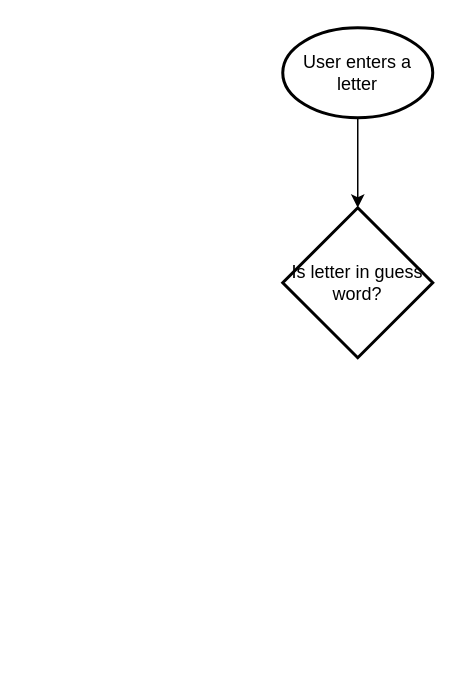
seyiadesigbin/draw.io keeps this draw.io diagram as Hangman_flowchart.drawio. Above is the earlier version. Source tidied: cells renumbered, new cells numbered last; positions are measured from the earlier drawing's top-left corner, leaving out a move shared by most shapes. Both pictures are drawn from the tidied source at 150%, with x=0, y=0 at pixel (282, 27).
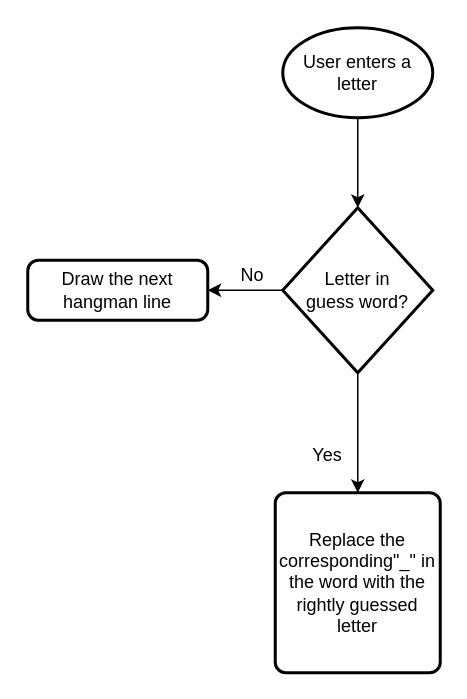
The same diagram, later.

What changed in the source:
```diff
@@
 <mxGraphModel>
   <root>
     <mxCell id="0" />
     <mxCell id="1" parent="0" />
     <mxCell id="2" style="edgeStyle=orthogonalEdgeStyle;rounded=0;jettySize=auto;html=1;" parent="1" edge="1" source="3" target="4">
       <mxGeometry relative="1" as="geometry" />
     </mxCell>
     <mxCell id="3" value="User enters a letter" style="strokeWidth=2;html=1;shape=mxgraph.flowchart.start_1;whiteSpace=wrap;" parent="1" vertex="1">
       <mxGeometry width="100" height="60" as="geometry" />
     </mxCell>
+    <mxCell id="5" style="edgeStyle=orthogonalEdgeStyle;rounded=0;jettySize=auto;html=1;" parent="1" edge="1" source="4" target="7">
+      <mxGeometry relative="1" as="geometry" />
+    </mxCell>
+    <mxCell id="6" style="edgeStyle=orthogonalEdgeStyle;rounded=0;jettySize=auto;html=1;" parent="1" edge="1" source="4" target="9">
+      <mxGeometry relative="1" as="geometry" />
+    </mxCell>
-    <mxCell id="4" value="Is letter in guess word?" style="strokeWidth=2;html=1;shape=mxgraph.flowchart.decision;whiteSpace=wrap;" parent="1" vertex="1">
-      <mxGeometry y="120" width="100" height="100" as="geometry" />
+    <mxCell id="4" value="Letter in &lt;br&gt;guess word?" style="strokeWidth=2;html=1;shape=mxgraph.flowchart.decision;horizontal=1;whiteSpace=wrap;" parent="1" vertex="1">
+      <mxGeometry y="120" width="100" height="110" as="geometry" />
     </mxCell>
+    <mxCell id="7" value="Draw the next hangman line" style="rounded=1;whiteSpace=wrap;html=1;absoluteArcSize=1;arcSize=14;strokeWidth=2;" parent="1" vertex="1">
+      <mxGeometry x="-170" y="155" width="120" height="40" as="geometry" />
+    </mxCell>
+    <mxCell id="8" value="No" style="text;html=1;strokeColor=none;fillColor=none;align=center;verticalAlign=middle;whiteSpace=wrap;rounded=0;" parent="1" vertex="1">
+      <mxGeometry x="-50" y="150" width="60" height="30" as="geometry" />
+    </mxCell>
+    <mxCell id="9" value="Replace the corresponding&quot;_&quot; in the word with the rightly guessed letter" style="rounded=1;whiteSpace=wrap;html=1;absoluteArcSize=1;arcSize=14;strokeWidth=2;" parent="1" vertex="1">
+      <mxGeometry x="-5" y="310" width="110" height="120" as="geometry" />
+    </mxCell>
+    <mxCell id="10" value="Yes" style="text;html=1;strokeColor=none;fillColor=none;align=center;verticalAlign=middle;whiteSpace=wrap;rounded=0;" parent="1" vertex="1">
+      <mxGeometry y="270" width="60" height="30" as="geometry" />
+    </mxCell>
   </root>
 </mxGraphModel>
```
